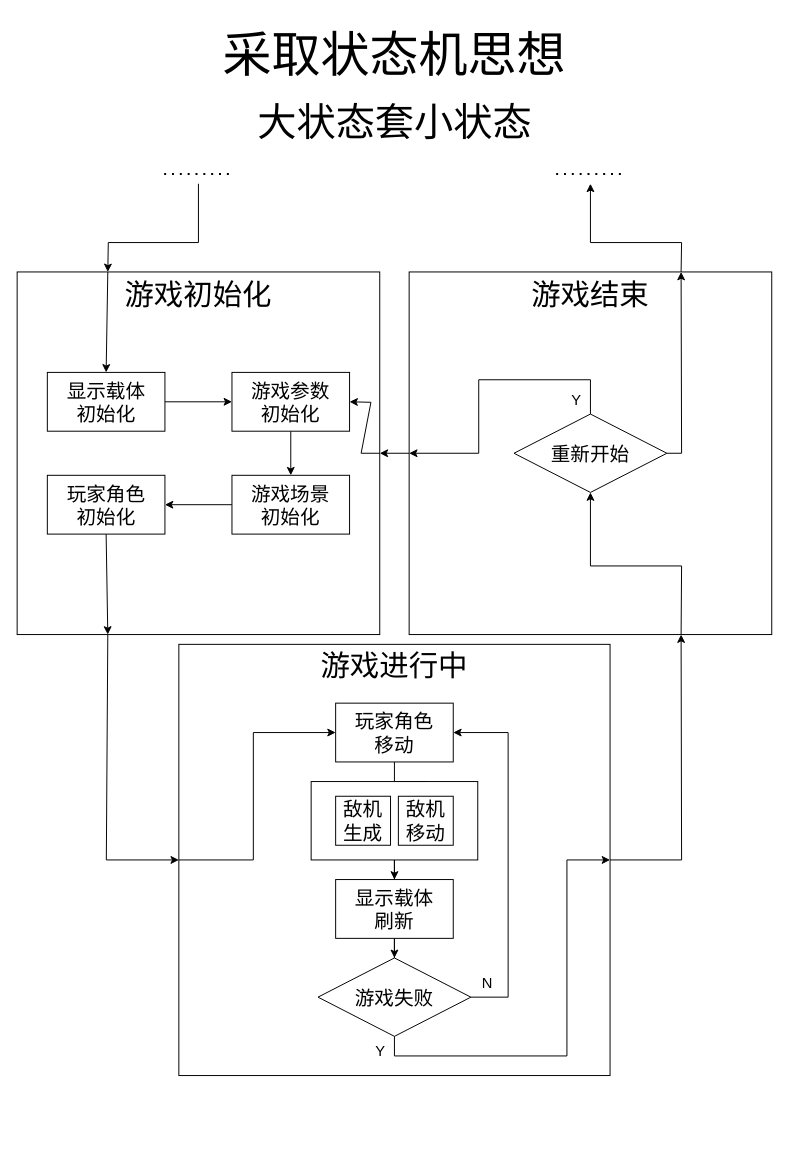
Before: drawio/AircraftWar.drawio in nayooooo/AircraftWar-OLED-BT-DataPacket, a draw.io diagram. Source tidied: cells renumbered, new cells numbered last; positions are measured from the earlier drawing's top-left corner, leaving out a move shared by most shapes. Both pictures are drawn from the tidied source at 98%, with x=0, y=0 at pixel (17, 17).
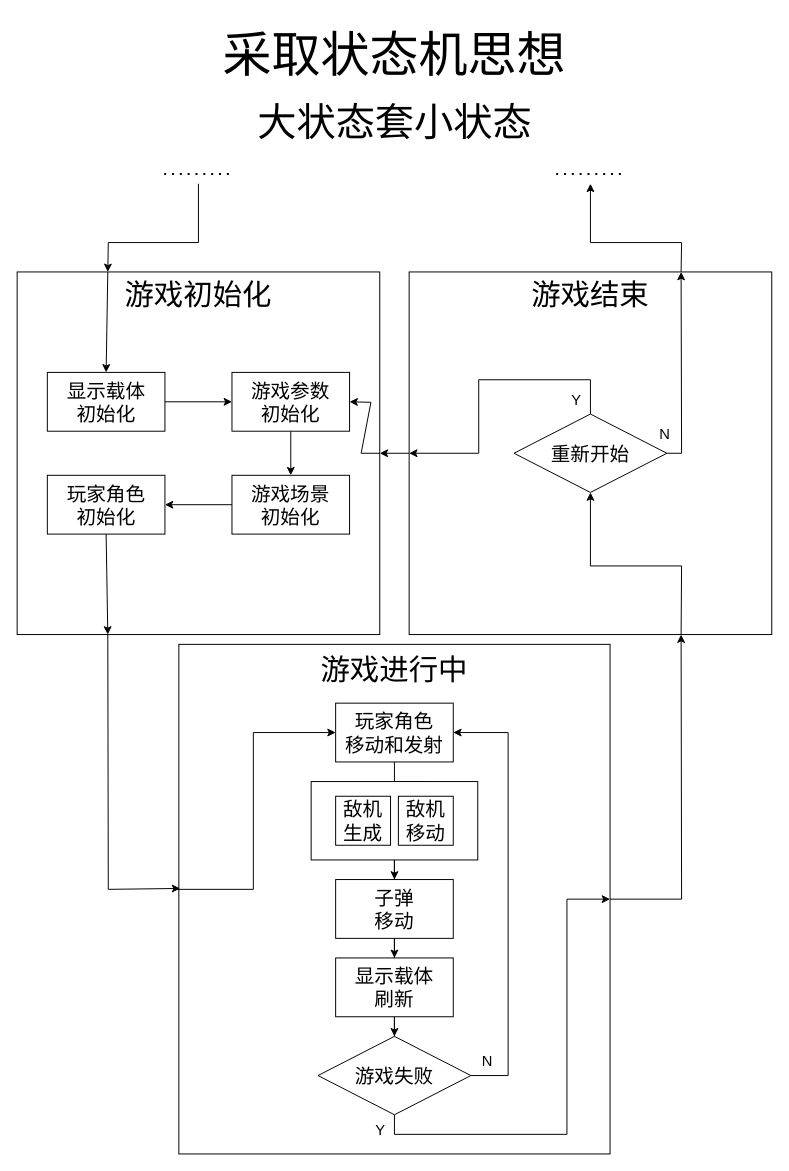
Above is the later version.

Unchanged cells that the change refers to:
```xml
<mxCell id="2" value="游戏初始化&lt;br&gt;&lt;br&gt;&lt;br&gt;&lt;br&gt;&lt;br&gt;&lt;br&gt;&lt;br&gt;&lt;br&gt;&lt;br&gt;&lt;br&gt;" style="rounded=0;whiteSpace=wrap;html=1;fontSize=30;" parent="1" vertex="1">
  <mxGeometry y="260" width="370" height="370" as="geometry" />
</mxCell>
<mxCell id="10" value="游戏结束&lt;br&gt;&lt;br&gt;&lt;br&gt;&lt;br&gt;&lt;br&gt;&lt;br&gt;&lt;br&gt;&lt;br&gt;&lt;br&gt;&lt;br&gt;" style="rounded=0;whiteSpace=wrap;html=1;fontSize=30;" parent="1" vertex="1">
  <mxGeometry x="400" y="260" width="370" height="370" as="geometry" />
</mxCell>
<mxCell id="34" style="rounded=0;whiteSpace=wrap;html=1;fontSize=15;" parent="1" vertex="1">
  <mxGeometry x="300" y="780" width="170" height="80" as="geometry" />
</mxCell>
```

Change to the diagram source:
```diff
@@
-    <mxCell id="11" value="游戏进行中&lt;br&gt;&lt;br&gt;&lt;br&gt;&lt;br&gt;&lt;br&gt;&lt;br&gt;&lt;br&gt;&lt;br&gt;&lt;br&gt;&lt;br&gt;&lt;br&gt;&lt;br&gt;" style="rounded=0;whiteSpace=wrap;html=1;fontSize=30;" parent="1" vertex="1">
-      <mxGeometry x="165" y="640" width="440" height="440" as="geometry" />
+    <mxCell id="11" value="游戏进行中&lt;br&gt;&lt;br&gt;&lt;br&gt;&lt;br&gt;&lt;br&gt;&lt;br&gt;&lt;br&gt;&lt;br&gt;&lt;br&gt;&lt;br&gt;&lt;br&gt;&lt;br&gt;&lt;br&gt;&lt;br&gt;" style="rounded=0;whiteSpace=wrap;html=1;fontSize=30;" parent="1" vertex="1">
+      <mxGeometry x="165" y="640" width="440" height="520" as="geometry" />
     </mxCell>
-    <mxCell id="12" style="endArrow=classic;html=1;rounded=0;fontSize=20;exitX=0.25;exitY=1;exitDx=0;exitDy=0;entryX=0;entryY=0.5;entryDx=0;entryDy=0;" parent="1" edge="1" source="2" target="11">
-      <mxGeometry relative="1" as="geometry">
-        <Array as="points">
-          <mxPoint x="91" y="860" />
-        </Array>
-      </mxGeometry>
-    </mxCell>
-    <mxCell id="13" style="endArrow=classic;html=1;rounded=0;fontSize=20;exitX=1;exitY=0.5;exitDx=0;exitDy=0;entryX=0.75;entryY=1;entryDx=0;entryDy=0;" parent="1" edge="1" source="11" target="10">
-      <mxGeometry relative="1" as="geometry">
-        <Array as="points">
-          <mxPoint x="678" y="860" />
-        </Array>
-      </mxGeometry>
-    </mxCell>
@@
     <mxCell id="26" value="N" style="text;html=1;strokeColor=none;fillColor=none;align=center;verticalAlign=middle;whiteSpace=wrap;rounded=0;fontSize=15;" parent="1" vertex="1">
-      <mxGeometry x="470" y="970" width="20" height="30" as="geometry" />
+      <mxGeometry x="470" y="1050" width="20" height="30" as="geometry" />
     </mxCell>
@@
     <mxCell id="30" value="游戏失败" style="rhombus;whiteSpace=wrap;html=1;fontSize=20;" parent="1" vertex="1">
-      <mxGeometry x="307" y="960" width="156" height="80" as="geometry" />
+      <mxGeometry x="307" y="1040" width="156" height="80" as="geometry" />
     </mxCell>
@@
-    <mxCell id="32" value="玩家角色&lt;br&gt;移动" style="rounded=0;whiteSpace=wrap;html=1;fontSize=20;" parent="1" vertex="1">
+    <mxCell id="32" value="玩家角色&lt;br&gt;移动和发射" style="rounded=0;whiteSpace=wrap;html=1;fontSize=20;" parent="1" vertex="1">
       <mxGeometry x="325" y="700" width="120" height="60" as="geometry" />
     </mxCell>
-    <mxCell id="33" style="edgeStyle=orthogonalEdgeStyle;rounded=0;jettySize=auto;html=1;fontSize=20;" parent="1" edge="1" source="34" target="38">
-      <mxGeometry relative="1" as="geometry" />
-    </mxCell>
+    <mxCell id="43" style="edgeStyle=orthogonalEdgeStyle;rounded=0;jettySize=auto;html=1;" parent="1" edge="1" source="34" target="46">
+      <mxGeometry relative="1" as="geometry" />
+    </mxCell>
@@
     <mxCell id="38" value="显示载体&lt;br style=&quot;font-size: 20px;&quot;&gt;刷新" style="rounded=0;whiteSpace=wrap;html=1;fontSize=20;" parent="1" vertex="1">
-      <mxGeometry x="325" y="880" width="120" height="60" as="geometry" />
+      <mxGeometry x="325" y="960" width="120" height="60" as="geometry" />
     </mxCell>
+    <mxCell id="40" value="Y" style="text;html=1;strokeColor=none;fillColor=none;align=center;verticalAlign=middle;whiteSpace=wrap;rounded=0;fontSize=15;" parent="1" vertex="1">
+      <mxGeometry x="361" y="1120" width="20" height="30" as="geometry" />
+    </mxCell>
+    <mxCell id="42" style="endArrow=classic;html=1;rounded=0;fontSize=20;entryX=1;entryY=0.5;entryDx=0;entryDy=0;exitX=1;exitY=0.5;exitDx=0;exitDy=0;" parent="1" edge="1" source="30" target="32">
+      <mxGeometry relative="1" as="geometry">
+        <Array as="points">
+          <mxPoint x="501" y="1080" />
+          <mxPoint x="501" y="730" />
+        </Array>
+      </mxGeometry>
+    </mxCell>
+    <mxCell id="44" value="N" style="text;html=1;strokeColor=none;fillColor=none;align=center;verticalAlign=middle;whiteSpace=wrap;rounded=0;fontSize=15;" parent="1" vertex="1">
+      <mxGeometry x="651" y="410" width="20" height="30" as="geometry" />
+    </mxCell>
+    <mxCell id="45" style="edgeStyle=orthogonalEdgeStyle;rounded=0;jettySize=auto;html=1;" parent="1" edge="1" source="46" target="38">
+      <mxGeometry relative="1" as="geometry" />
+    </mxCell>
+    <mxCell id="46" value="子弹&lt;br&gt;移动" style="rounded=0;whiteSpace=wrap;html=1;fontSize=20;" parent="1" vertex="1">
+      <mxGeometry x="325" y="880" width="120" height="60" as="geometry" />
+    </mxCell>
+    <mxCell id="13" style="endArrow=classic;html=1;rounded=0;entryX=0.75;entryY=1;entryDx=0;entryDy=0;exitX=1;exitY=0.5;exitDx=0;exitDy=0;" parent="1" edge="1" source="11" target="10">
+      <mxGeometry relative="1" as="geometry">
+        <Array as="points">
+          <mxPoint x="678" y="900" />
+        </Array>
+      </mxGeometry>
+    </mxCell>
+    <mxCell id="12" style="endArrow=classic;html=1;rounded=0;exitX=0.25;exitY=1;exitDx=0;exitDy=0;entryX=0.003;entryY=0.479;entryDx=0;entryDy=0;entryPerimeter=0;" parent="1" edge="1" source="2" target="11">
+      <mxGeometry relative="1" as="geometry">
+        <Array as="points">
+          <mxPoint x="93" y="890" />
+        </Array>
+      </mxGeometry>
+    </mxCell>
+    <mxCell id="47" style="endArrow=classic;html=1;rounded=0;entryX=0;entryY=0.5;entryDx=0;entryDy=0;" parent="1" edge="1" target="32">
+      <mxGeometry relative="1" as="geometry">
+        <mxPoint x="161" y="890" as="sourcePoint" />
+        <Array as="points">
+          <mxPoint x="241" y="890" />
+          <mxPoint x="241" y="730" />
+        </Array>
+      </mxGeometry>
+    </mxCell>
-    <mxCell id="39" style="endArrow=classic;html=1;rounded=0;fontSize=20;exitX=0.5;exitY=1;exitDx=0;exitDy=0;entryX=1;entryY=0.5;entryDx=0;entryDy=0;" parent="1" edge="1" source="30" target="11">
+    <mxCell id="39" style="endArrow=classic;html=1;rounded=0;entryX=1;entryY=0.5;entryDx=0;entryDy=0;exitX=0.5;exitY=1;exitDx=0;exitDy=0;" parent="1" edge="1" source="30" target="11">
       <mxGeometry relative="1" as="geometry">
         <Array as="points">
-          <mxPoint x="385" y="1060" />
-          <mxPoint x="561" y="1060" />
-          <mxPoint x="561" y="860" />
+          <mxPoint x="385" y="1140" />
+          <mxPoint x="561" y="1140" />
+          <mxPoint x="561" y="900" />
         </Array>
       </mxGeometry>
     </mxCell>
-    <mxCell id="40" value="Y" style="text;html=1;strokeColor=none;fillColor=none;align=center;verticalAlign=middle;whiteSpace=wrap;rounded=0;fontSize=15;" parent="1" vertex="1">
-      <mxGeometry x="361" y="1040" width="20" height="30" as="geometry" />
-    </mxCell>
-    <mxCell id="41" style="endArrow=classic;html=1;rounded=0;fontSize=20;exitX=0;exitY=0.5;exitDx=0;exitDy=0;entryX=0;entryY=0.5;entryDx=0;entryDy=0;" parent="1" edge="1" source="11" target="32">
-      <mxGeometry relative="1" as="geometry">
-        <Array as="points">
-          <mxPoint x="241" y="860" />
-          <mxPoint x="241" y="730" />
-        </Array>
-      </mxGeometry>
-    </mxCell>
-    <mxCell id="42" style="endArrow=classic;html=1;rounded=0;fontSize=20;exitX=1;exitY=0.5;exitDx=0;exitDy=0;entryX=1;entryY=0.5;entryDx=0;entryDy=0;" parent="1" edge="1" source="30" target="32">
-      <mxGeometry relative="1" as="geometry">
-        <Array as="points">
-          <mxPoint x="501" y="1000" />
-          <mxPoint x="501" y="730" />
-        </Array>
-      </mxGeometry>
-    </mxCell>
```
